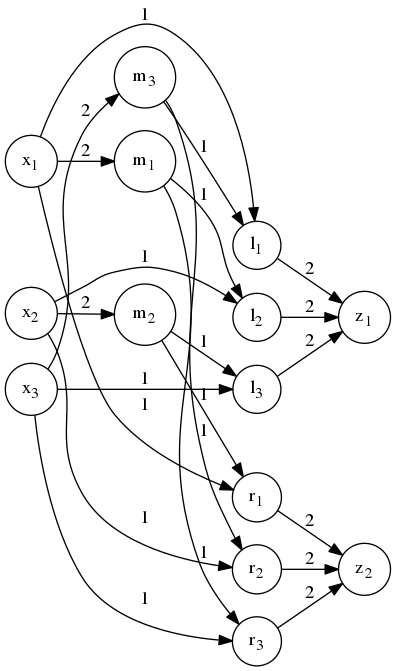
Above: p1/mcculloch-pitts.png in Serede/neuro-1718 (Graphviz), before the change. Its source is kept beside it as p1/mcculloch-pitts.dot.
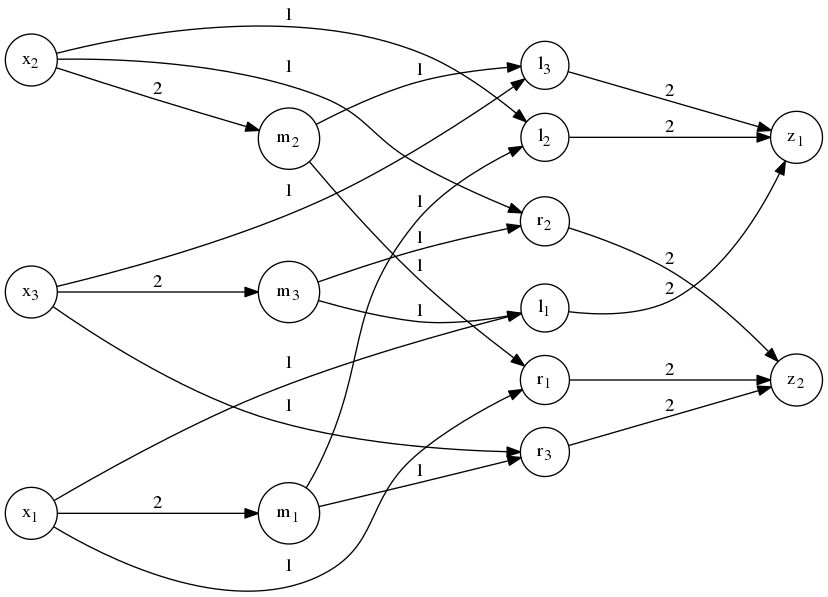
After the change.

Commit message:
Dealing with graph issues

Change to the diagram source:
```diff
@@ -1,65 +1,68 @@
 digraph mcculloch_pitts {
 	rankdir=LR;
+	ranksep = 2.0;
 
 	node [shape = circle];
+
 
 	subgraph X1 {
 		x_1 [label = <x<SUB>1</SUB>>];
 		m_1 [label = <m<SUB>1</SUB>>];
-		x_1 -> 	m_1 [ label = 2 ]
+		x_1 -> 	m_1 [ label = 2, weight=1]
 	}
 
 	subgraph X2 {
 		x_2 [label = <x<SUB>2</SUB>>];
 		m_2 [label = <m<SUB>2</SUB>>];
-		x_2 -> 	m_2 [ label = 2 ]
+		x_2 -> 	m_2 [ label = 2, weight=1]
 	}
 
 	subgraph X3 {
-		x_3 [label = <x<SUB>3</SUB>>, group=main];
+		x_3 [label = <x<SUB>3</SUB>>];
 		m_3 [label = <m<SUB>3</SUB>>];
-		x_3 -> 	m_3 [ label = 2 ]
+		x_3 -> 	m_3 [ label = 2, weight=1]
 	}
 
+
 	subgraph L {
-		l_1 [label = <l<SUB>1</SUB>>, group=main]
-		l_2 [label = <l<SUB>2</SUB>>, group=main]
-		l_3 [label = <l<SUB>3</SUB>>, group=main]
+		l_1 [label = <l<SUB>1</SUB>>]
+		l_2 [label = <l<SUB>2</SUB>>]
+		l_3 [label = <l<SUB>3</SUB>>]
 
-		x_1 -> l_1 [ label = 1 ]
-		x_2 -> l_2 [ label = 1 ]
-		x_3 -> l_3 [ label = 1 ]
+		x_1 -> l_1 [ label = 1, weight=1 ]
+		x_2 -> l_2 [ label = 1, weight=1 ]
+		x_3 -> l_3 [ label = 1, weight=1 ]
 
-		m_3 -> l_1 [ label = 1 ]
-		m_1 -> l_2 [ label = 1 ]
-		m_2 -> l_3 [ label = 1 ]
+		m_3 -> l_1 [ label = 1, weight=1 ]
+		m_1 -> l_2 [ label = 1, weight=1 ]
+		m_2 -> l_3 [ label = 1, weight=1 ]
 	}
 
 	subgraph R {
-		r_1 [label = <r<SUB>1</SUB>>, group=main]
-		r_2 [label = <r<SUB>2</SUB>>, group=main]
-		r_3 [label = <r<SUB>3</SUB>>, group=main]
+		r_1 [label = <r<SUB>1</SUB>>]
+		r_2 [label = <r<SUB>2</SUB>>]
+		r_3 [label = <r<SUB>3</SUB>>]
 
-		x_1 -> r_1 [ label = 1 ]
-		x_2 -> r_2 [ label = 1 ]
-		x_3 -> r_3 [ label = 1 ]
+		x_1 -> r_1 [ label = 1, weight=1 ]
+		x_2 -> r_2 [ label = 1, weight=1 ]
+		x_3 -> r_3 [ label = 1, weight=1 ]
 
-		m_2 -> r_1 [ label = 1 ]
-		m_3 -> r_2 [ label = 1 ]
-		m_1 -> r_3 [ label = 1 ]
+		m_2 -> r_1 [ label = 1, weight=1 ]
+		m_3 -> r_2 [ label = 1, weight=1 ]
+		m_1 -> r_3 [ label = 1, weight=1 ]
 	}
 
 	subgraph Z {
-		z_1 [label = <z<SUB>1</SUB>>, group=main]
-		z_2 [label = <z<SUB>2</SUB>>, group=main]
+		z_1 [label = <z<SUB>1</SUB>>]
+		z_2 [label = <z<SUB>2</SUB>>]
 
-		l_1 -> z_1 [ label = 2 ]
-		l_2 -> z_1 [ label = 2 ]
-		l_3 -> z_1 [ label = 2 ]
+		l_1 -> z_1 [ label = 2, weight=1 ]
+		l_2 -> z_1 [ label = 2, weight=1 ]
+		l_3 -> z_1 [ label = 2, weight=1 ]
 
-		r_1 -> z_2 [ label = 2 ]
-		r_2 -> z_2 [ label = 2 ]
-		r_3 -> z_2 [ label = 2 ]
+		r_1 -> z_2 [ label = 2, weight=1 ]
+		r_2 -> z_2 [ label = 2, weight=1 ]
+		r_3 -> z_2 [ label = 2, weight=1 ]
 
 	}
 
```
